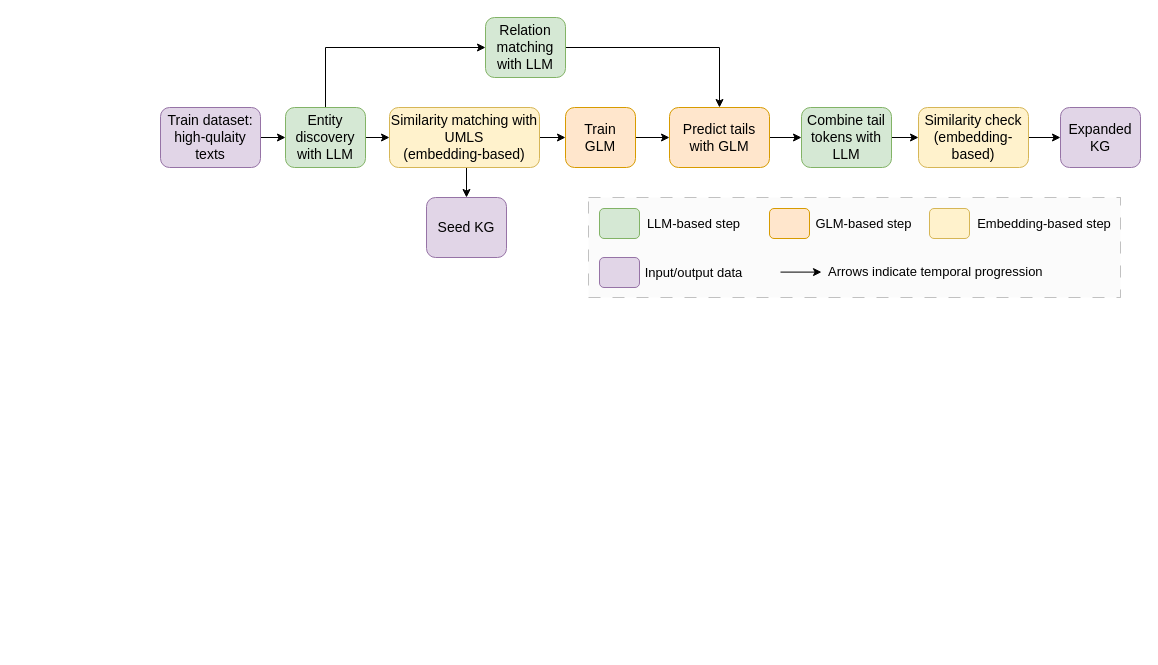
This is page "Page-6" (6 of 6) of presentations/pipeline.drawio from across-stars/draw.io, a draw.io file, before an edit. Source tidied: cells renumbered, new cells numbered last; positions are measured from the earlier drawing's top-left corner, leaving out a move shared by most shapes. Both pictures are drawn from the tidied source at 100%, with x=0, y=0 at pixel (160, 17).
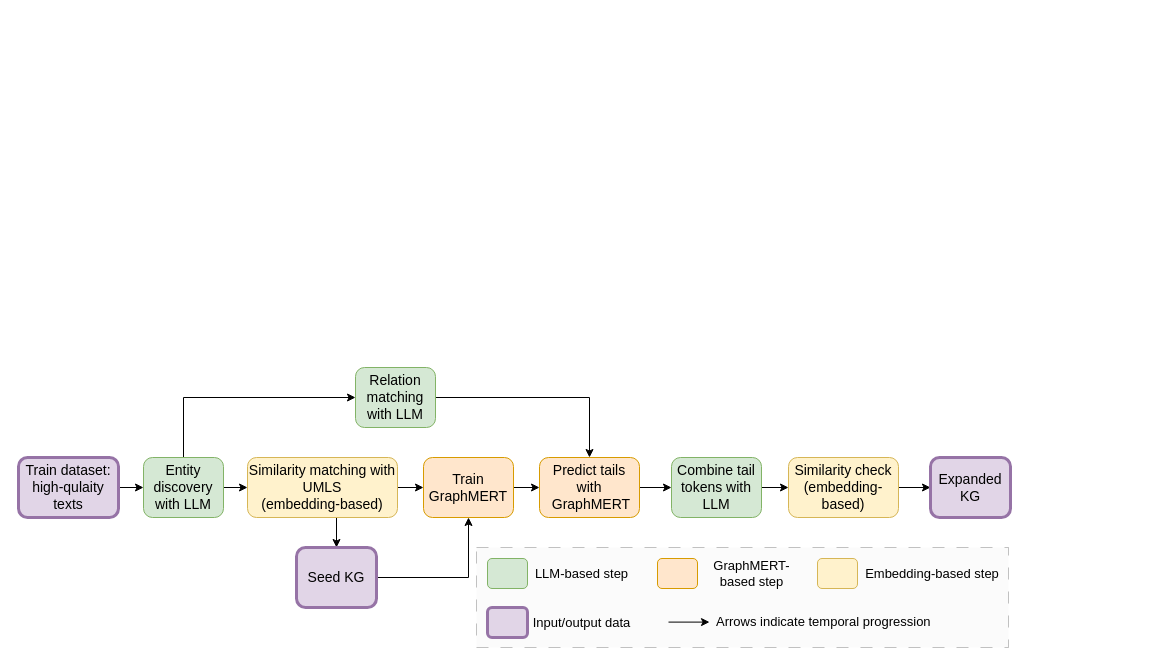
After the change.

What changed in the source:
```diff
@@
-    <mxCell id="2" style="rounded=0;whiteSpace=wrap;html=1;dashed=1;dashPattern=12 12;fillColor=#f5f5f5;fontColor=#333333;strokeColor=#666666;opacity=40;" parent="1" vertex="1">
-      <mxGeometry x="428" y="180" width="532" height="100" as="geometry" />
-    </mxCell>
-    <mxCell id="3" style="edgeStyle=orthogonalEdgeStyle;rounded=0;jettySize=auto;html=1;exitX=1;exitY=0.5;exitDx=0;exitDy=0;entryX=0;entryY=0.5;entryDx=0;entryDy=0;" parent="1" edge="1" source="4" target="6">
-      <mxGeometry relative="1" as="geometry" />
-    </mxCell>
-    <mxCell id="4" value="&lt;font style=&quot;font-size: 14px;&quot;&gt;Train&lt;/font&gt;&lt;div&gt;&lt;font style=&quot;font-size: 14px;&quot;&gt;GLM&lt;/font&gt;&lt;/div&gt;" style="rounded=1;whiteSpace=wrap;html=1;fillColor=#ffe6cc;strokeColor=#d79b00;" parent="1" vertex="1">
-      <mxGeometry x="405" y="90" width="70" height="60" as="geometry" />
-    </mxCell>
-    <mxCell id="5" style="edgeStyle=orthogonalEdgeStyle;rounded=0;jettySize=auto;html=1;exitX=1;exitY=0.5;exitDx=0;exitDy=0;" parent="1" edge="1" source="6" target="8">
-      <mxGeometry relative="1" as="geometry" />
-    </mxCell>
-    <mxCell id="6" value="&lt;font style=&quot;font-size: 14px;&quot;&gt;Predict tails with GLM&lt;/font&gt;" style="rounded=1;whiteSpace=wrap;html=1;fillColor=#ffe6cc;strokeColor=#d79b00;" parent="1" vertex="1">
-      <mxGeometry x="509" y="90" width="100" height="60" as="geometry" />
-    </mxCell>
+    <mxCell id="33" style="rounded=0;whiteSpace=wrap;html=1;dashed=1;dashPattern=12 12;fillColor=#f5f5f5;fontColor=#333333;strokeColor=#666666;opacity=40;" parent="1" vertex="1">
+      <mxGeometry x="316" y="530" width="532" height="100" as="geometry" />
+    </mxCell>
+    <mxCell id="34" style="edgeStyle=orthogonalEdgeStyle;rounded=0;jettySize=auto;html=1;exitX=1;exitY=0.5;exitDx=0;exitDy=0;entryX=0;entryY=0.5;entryDx=0;entryDy=0;" parent="1" edge="1" source="35" target="37">
+      <mxGeometry relative="1" as="geometry" />
+    </mxCell>
+    <mxCell id="35" value="&lt;font style=&quot;font-size: 14px;&quot;&gt;Train&lt;/font&gt;&lt;div&gt;&lt;font style=&quot;font-size: 14px;&quot;&gt;GraphMERT&lt;/font&gt;&lt;/div&gt;" style="rounded=1;whiteSpace=wrap;html=1;fillColor=#ffe6cc;strokeColor=#d79b00;" parent="1" vertex="1">
+      <mxGeometry x="263" y="440" width="90" height="60" as="geometry" />
+    </mxCell>
+    <mxCell id="36" style="edgeStyle=orthogonalEdgeStyle;rounded=0;jettySize=auto;html=1;exitX=1;exitY=0.5;exitDx=0;exitDy=0;" parent="1" edge="1" source="37" target="8">
+      <mxGeometry relative="1" as="geometry" />
+    </mxCell>
+    <mxCell id="37" value="&lt;font style=&quot;font-size: 14px;&quot;&gt;Predict tails with&lt;/font&gt;&lt;div&gt;&lt;font style=&quot;font-size: 14px;&quot;&gt;&amp;nbsp;&lt;/font&gt;&lt;span style=&quot;font-size: 14px;&quot;&gt;GraphMERT&lt;/span&gt;&lt;/div&gt;" style="rounded=1;whiteSpace=wrap;html=1;fillColor=#ffe6cc;strokeColor=#d79b00;" parent="1" vertex="1">
+      <mxGeometry x="379" y="440" width="100" height="60" as="geometry" />
+    </mxCell>
@@
     <mxCell id="8" value="&lt;font style=&quot;font-size: 14px;&quot;&gt;Combine tail tokens with LLM&lt;/font&gt;" style="rounded=1;whiteSpace=wrap;html=1;fillColor=#d5e8d4;strokeColor=#82b366;" parent="1" vertex="1">
-      <mxGeometry x="641" y="90" width="90" height="60" as="geometry" />
+      <mxGeometry x="511" y="440" width="90" height="60" as="geometry" />
     </mxCell>
@@
     <mxCell id="10" value="&lt;font style=&quot;font-size: 14px;&quot;&gt;Similarity check (embedding-based)&lt;/font&gt;" style="rounded=1;whiteSpace=wrap;html=1;fillColor=#fff2cc;strokeColor=#d6b656;" parent="1" vertex="1">
-      <mxGeometry x="758" y="90" width="110" height="60" as="geometry" />
+      <mxGeometry x="628" y="440" width="110" height="60" as="geometry" />
     </mxCell>
-    <mxCell id="11" value="&lt;font style=&quot;font-size: 14px;&quot;&gt;Expanded KG&lt;/font&gt;" style="rounded=1;whiteSpace=wrap;html=1;fillColor=#e1d5e7;strokeColor=#9673a6;" parent="1" vertex="1">
-      <mxGeometry x="900" y="90" width="80" height="60" as="geometry" />
+    <mxCell id="11" value="&lt;font style=&quot;font-size: 14px;&quot;&gt;Expanded KG&lt;/font&gt;" style="rounded=1;whiteSpace=wrap;html=1;fillColor=#e1d5e7;strokeColor=#9673a6;strokeWidth=3;" parent="1" vertex="1">
+      <mxGeometry x="770" y="440" width="80" height="60" as="geometry" />
     </mxCell>
-    <mxCell id="12" style="edgeStyle=orthogonalEdgeStyle;rounded=0;jettySize=auto;html=1;exitX=1;exitY=0.5;exitDx=0;exitDy=0;entryX=0;entryY=0.5;entryDx=0;entryDy=0;" parent="1" edge="1" source="14" target="4">
-      <mxGeometry relative="1" as="geometry" />
-    </mxCell>
+    <mxCell id="38" style="edgeStyle=orthogonalEdgeStyle;rounded=0;jettySize=auto;html=1;exitX=1;exitY=0.5;exitDx=0;exitDy=0;entryX=0;entryY=0.5;entryDx=0;entryDy=0;" parent="1" edge="1" source="14" target="35">
+      <mxGeometry relative="1" as="geometry" />
+    </mxCell>
@@
     <mxCell id="14" value="&lt;font style=&quot;font-size: 14px;&quot;&gt;Similarity matching with UMLS&lt;/font&gt;&lt;div&gt;&lt;font&gt;&lt;span style=&quot;font-size: 14px;&quot;&gt;(embedding-based)&lt;/span&gt;&lt;br&gt;&lt;/font&gt;&lt;/div&gt;" style="rounded=1;whiteSpace=wrap;html=1;fillColor=#fff2cc;strokeColor=#d6b656;" parent="1" vertex="1">
-      <mxGeometry x="229" y="90" width="150" height="60" as="geometry" />
+      <mxGeometry x="87" y="440" width="150" height="60" as="geometry" />
     </mxCell>
@@
     <mxCell id="17" value="&lt;font style=&quot;font-size: 14px;&quot;&gt;Entity discovery with LLM&lt;/font&gt;" style="rounded=1;whiteSpace=wrap;html=1;fillColor=#d5e8d4;strokeColor=#82b366;" parent="1" vertex="1">
-      <mxGeometry x="125" y="90" width="80" height="60" as="geometry" />
+      <mxGeometry x="-17" y="440" width="80" height="60" as="geometry" />
     </mxCell>
@@
-    <mxCell id="19" value="&lt;font style=&quot;font-size: 14px;&quot;&gt;Train dataset: high-qulaity texts&lt;/font&gt;" style="rounded=1;whiteSpace=wrap;html=1;fillColor=#e1d5e7;strokeColor=#9673a6;" parent="1" vertex="1">
-      <mxGeometry y="90" width="100" height="60" as="geometry" />
+    <mxCell id="19" value="&lt;font style=&quot;font-size: 14px;&quot;&gt;Train dataset: high-qulaity texts&lt;/font&gt;" style="rounded=1;whiteSpace=wrap;html=1;fillColor=#e1d5e7;strokeColor=#9673a6;strokeWidth=3;" parent="1" vertex="1">
+      <mxGeometry x="-142" y="440" width="100" height="60" as="geometry" />
     </mxCell>
+    <mxCell id="39" style="edgeStyle=orthogonalEdgeStyle;rounded=0;jettySize=auto;html=1;exitX=1;exitY=0.5;exitDx=0;exitDy=0;" parent="1" edge="1" source="20" target="35">
+      <mxGeometry relative="1" as="geometry" />
+    </mxCell>
-    <mxCell id="20" value="&lt;font style=&quot;font-size: 14px;&quot;&gt;Seed KG&lt;/font&gt;" style="rounded=1;whiteSpace=wrap;html=1;fillColor=#e1d5e7;strokeColor=#9673a6;" parent="1" vertex="1">
-      <mxGeometry x="266" y="180" width="80" height="60" as="geometry" />
+    <mxCell id="20" value="&lt;font style=&quot;font-size: 14px;&quot;&gt;Seed KG&lt;/font&gt;" style="rounded=1;whiteSpace=wrap;html=1;fillColor=#e1d5e7;strokeColor=#9673a6;strokeWidth=3;" parent="1" vertex="1">
+      <mxGeometry x="136" y="530" width="80" height="60" as="geometry" />
     </mxCell>
-    <mxCell id="21" style="edgeStyle=orthogonalEdgeStyle;rounded=0;jettySize=auto;html=1;exitX=1;exitY=0.5;exitDx=0;exitDy=0;entryX=0.5;entryY=0;entryDx=0;entryDy=0;" parent="1" edge="1" source="22" target="6">
-      <mxGeometry relative="1" as="geometry" />
-    </mxCell>
+    <mxCell id="40" style="edgeStyle=orthogonalEdgeStyle;rounded=0;jettySize=auto;html=1;exitX=1;exitY=0.5;exitDx=0;exitDy=0;entryX=0.5;entryY=0;entryDx=0;entryDy=0;" parent="1" edge="1" source="22" target="37">
+      <mxGeometry relative="1" as="geometry" />
+    </mxCell>
     <mxCell id="22" value="&lt;font style=&quot;font-size: 14px;&quot;&gt;Relation matching with LLM&lt;/font&gt;" style="rounded=1;whiteSpace=wrap;html=1;fillColor=#d5e8d4;strokeColor=#82b366;" parent="1" vertex="1">
-      <mxGeometry x="325" width="80" height="60" as="geometry" />
+      <mxGeometry x="195" y="350" width="80" height="60" as="geometry" />
     </mxCell>
-    <mxCell id="23" style="rounded=1;whiteSpace=wrap;html=1;fillColor=#d5e8d4;strokeColor=#82b366;" parent="1" vertex="1">
-      <mxGeometry x="439" y="191" width="40" height="30" as="geometry" />
-    </mxCell>
+    <mxCell id="41" style="rounded=1;whiteSpace=wrap;html=1;fillColor=#d5e8d4;strokeColor=#82b366;" parent="1" vertex="1">
+      <mxGeometry x="327" y="541" width="40" height="30" as="geometry" />
+    </mxCell>
     <mxCell id="24" value="&lt;font style=&quot;font-size: 13px;&quot;&gt;LLM-based step&lt;/font&gt;" style="text;html=1;align=center;verticalAlign=middle;whiteSpace=wrap;rounded=0;" parent="1" vertex="1">
-      <mxGeometry x="483" y="191" width="101" height="30" as="geometry" />
+      <mxGeometry x="371" y="541" width="101" height="30" as="geometry" />
     </mxCell>
-    <mxCell id="25" style="rounded=1;whiteSpace=wrap;html=1;fillColor=#ffe6cc;strokeColor=#d79b00;" parent="1" vertex="1">
-      <mxGeometry x="609" y="191" width="40" height="30" as="geometry" />
-    </mxCell>
-    <mxCell id="26" value="&lt;font style=&quot;font-size: 13px;&quot;&gt;GLM-based step&lt;/font&gt;" style="text;html=1;align=center;verticalAlign=middle;whiteSpace=wrap;rounded=0;" parent="1" vertex="1">
-      <mxGeometry x="653" y="191" width="101" height="30" as="geometry" />
-    </mxCell>
-    <mxCell id="27" style="rounded=1;whiteSpace=wrap;html=1;fillColor=#fff2cc;strokeColor=#d6b656;" parent="1" vertex="1">
-      <mxGeometry x="769" y="191" width="40" height="30" as="geometry" />
-    </mxCell>
+    <mxCell id="42" style="rounded=1;whiteSpace=wrap;html=1;fillColor=#ffe6cc;strokeColor=#d79b00;" parent="1" vertex="1">
+      <mxGeometry x="497" y="541" width="40" height="30" as="geometry" />
+    </mxCell>
+    <mxCell id="43" value="&lt;font&gt;&lt;font size=&quot;2&quot;&gt;GraphMERT-based step&lt;/font&gt;&lt;/font&gt;" style="text;html=1;align=center;verticalAlign=middle;whiteSpace=wrap;rounded=0;" parent="1" vertex="1">
+      <mxGeometry x="541" y="541" width="101" height="30" as="geometry" />
+    </mxCell>
+    <mxCell id="44" style="rounded=1;whiteSpace=wrap;html=1;fillColor=#fff2cc;strokeColor=#d6b656;" parent="1" vertex="1">
+      <mxGeometry x="657" y="541" width="40" height="30" as="geometry" />
+    </mxCell>
     <mxCell id="28" value="&lt;font style=&quot;font-size: 13px;&quot;&gt;Embedding-based step&lt;/font&gt;" style="text;html=1;align=center;verticalAlign=middle;whiteSpace=wrap;rounded=0;" parent="1" vertex="1">
-      <mxGeometry x="812" y="191" width="144" height="30" as="geometry" />
+      <mxGeometry x="700" y="541" width="144" height="30" as="geometry" />
     </mxCell>
-    <mxCell id="29" style="rounded=1;whiteSpace=wrap;html=1;fillColor=#e1d5e7;strokeColor=#9673a6;" parent="1" vertex="1">
-      <mxGeometry x="439" y="240" width="40" height="30" as="geometry" />
-    </mxCell>
+    <mxCell id="45" style="rounded=1;whiteSpace=wrap;html=1;fillColor=#e1d5e7;strokeColor=#9673a6;strokeWidth=3;" parent="1" vertex="1">
+      <mxGeometry x="327" y="590" width="40" height="30" as="geometry" />
+    </mxCell>
     <mxCell id="30" value="&lt;font style=&quot;font-size: 13px;&quot;&gt;Input/output data&lt;/font&gt;" style="text;html=1;align=center;verticalAlign=middle;whiteSpace=wrap;rounded=0;" parent="1" vertex="1">
-      <mxGeometry x="483" y="240" width="101" height="30" as="geometry" />
+      <mxGeometry x="371" y="590" width="101" height="30" as="geometry" />
     </mxCell>
     <mxCell id="31" value="&lt;font style=&quot;font-size: 13px;&quot;&gt;Arrows indicate temporal progression&lt;/font&gt;" style="text;html=1;align=left;verticalAlign=middle;whiteSpace=wrap;rounded=0;" parent="1" vertex="1">
-      <mxGeometry x="666" y="229" width="235" height="50" as="geometry" />
+      <mxGeometry x="554" y="579" width="235" height="50" as="geometry" />
     </mxCell>
-    <mxCell id="32" style="endArrow=classic;html=1;rounded=0;" parent="1" edge="1">
-      <mxGeometry relative="1" as="geometry">
-        <mxPoint x="620" y="254.6" as="sourcePoint" />
-        <mxPoint x="661" y="254.6" as="targetPoint" />
-      </mxGeometry>
-    </mxCell>
+    <mxCell id="46" style="endArrow=classic;html=1;rounded=0;" parent="1" edge="1">
+      <mxGeometry relative="1" as="geometry">
+        <mxPoint x="508" y="604.6" as="sourcePoint" />
+        <mxPoint x="549" y="604.6" as="targetPoint" />
+      </mxGeometry>
+    </mxCell>
```
